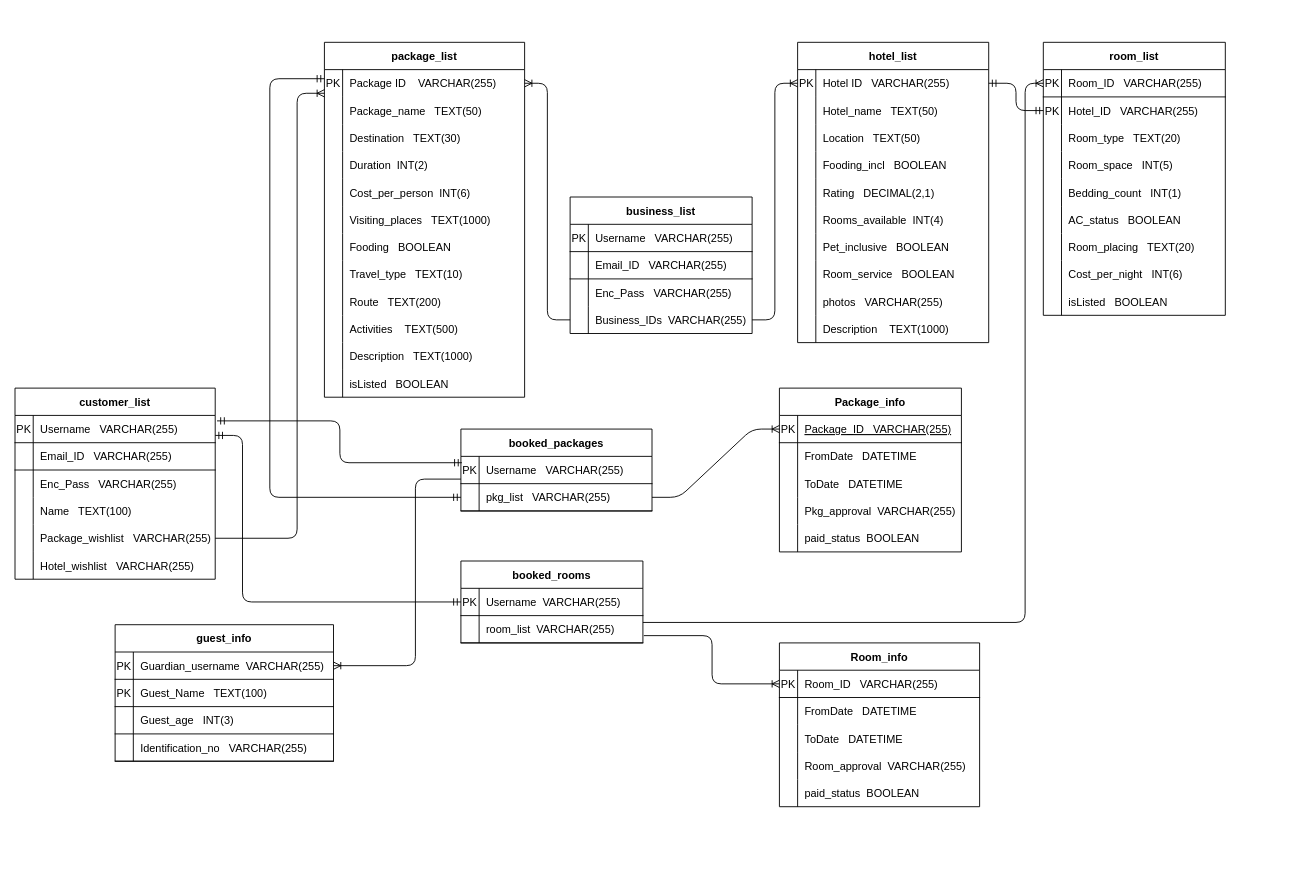
Before: ERD_SCHEMA.drawio in PCMasterRace007/ER, a draw.io diagram. Source tidied: cells renumbered, new cells numbered last; positions are measured from the earlier drawing's top-left corner, leaving out a move shared by most shapes. Both pictures are drawn from the tidied source at 91%, with x=0, y=0 at pixel (15, 42).
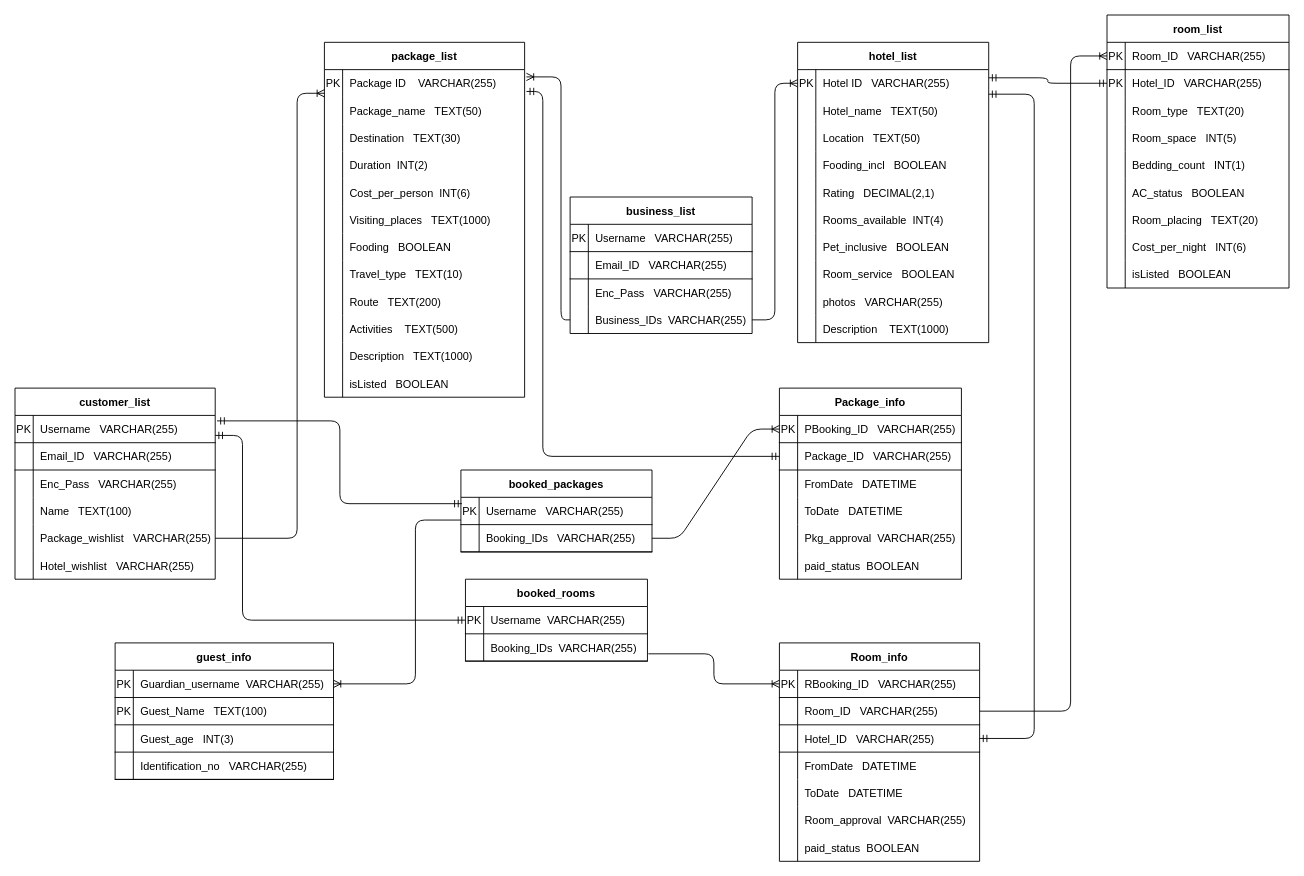
The same page after the edit.

The change refers to these unchanged cells:
```xml
<mxCell id="3" style="shape=partialRectangle;fillColor=none;top=0;left=0;bottom=0;right=0;points=[[0,0.5],[1,0.5]];portConstraint=eastwest;" parent="2" vertex="1">
  <mxGeometry y="30" width="220" height="30" as="geometry" />
</mxCell>
<mxCell id="40" style="shape=partialRectangle;fillColor=none;top=0;left=0;bottom=0;right=0;points=[[0,0.5],[1,0.5]];portConstraint=eastwest;" parent="39" vertex="1">
  <mxGeometry y="30" width="210" height="30" as="geometry" />
</mxCell>
<mxCell id="99" style="shape=partialRectangle;fillColor=none;top=0;left=0;bottom=0;right=0;points=[[0,0.5],[1,0.5]];portConstraint=eastwest;" parent="89" vertex="1">
  <mxGeometry y="120" width="200" height="30" as="geometry" />
</mxCell>
<mxCell id="103" style="shape=partialRectangle;fillColor=none;top=0;left=0;bottom=1;right=0;points=[[0,0.5],[1,0.5]];portConstraint=eastwest;" parent="102" vertex="1">
  <mxGeometry y="30" width="200" height="30" as="geometry" />
</mxCell>
<mxCell id="106" style="shape=partialRectangle;fillColor=none;top=0;left=0;bottom=0;right=0;points=[[0,0.5],[1,0.5]];portConstraint=eastwest;" parent="102" vertex="1">
  <mxGeometry y="60" width="200" height="30" as="geometry" />
</mxCell>
<mxCell id="134" style="shape=partialRectangle;fillColor=none;top=0;left=0;bottom=1;right=0;points=[[0,0.5],[1,0.5]];portConstraint=eastwest;" parent="130" vertex="1">
  <mxGeometry y="60" width="210" height="30" as="geometry" />
</mxCell>
<mxCell id="141" style="shape=partialRectangle;fillColor=none;top=0;left=0;bottom=1;right=0;points=[[0,0.5],[1,0.5]];portConstraint=eastwest;" parent="137" vertex="1">
  <mxGeometry y="60" width="200" height="30" as="geometry" />
</mxCell>
```

What changed in the source:
```diff
@@
     <mxCell id="102" value="room_list" style="shape=table;startSize=30;childLayout=tableLayout;rowLines=0;fontStyle=1;align=center;" parent="1" vertex="1">
-      <mxGeometry x="1130" width="200" height="300" as="geometry" />
+      <mxGeometry x="1200" y="-30" width="200" height="300" as="geometry" />
     </mxCell>
@@
     <mxCell id="130" value="booked_packages" style="shape=table;startSize=30;childLayout=tableLayout;rowLines=0;fontStyle=1;align=center;" parent="1" vertex="1">
-      <mxGeometry x="490" y="425" width="210" height="90" as="geometry" />
+      <mxGeometry x="490" y="470" width="210" height="90" as="geometry" />
     </mxCell>
@@
-    <mxCell id="136" value="pkg_list   VARCHAR(255)" style="shape=partialRectangle;fillColor=none;top=0;left=0;bottom=0;right=0;align=left;spacingLeft=6;fontStyle=0;overflow=hidden;" parent="134" vertex="1">
+    <mxCell id="136" value="Booking_IDs   VARCHAR(255)" style="shape=partialRectangle;fillColor=none;top=0;left=0;bottom=0;right=0;align=left;spacingLeft=6;fontStyle=0;overflow=hidden;" parent="134" vertex="1">
       <mxGeometry x="20" width="190" height="30" as="geometry" />
     </mxCell>
     <mxCell id="137" value="booked_rooms" style="shape=table;startSize=30;childLayout=tableLayout;rowLines=0;fontStyle=1;align=center;" parent="1" vertex="1">
-      <mxGeometry x="490" y="570" width="200" height="90" as="geometry" />
+      <mxGeometry x="495" y="590" width="200" height="90" as="geometry" />
     </mxCell>
@@
-    <mxCell id="143" value="room_list  VARCHAR(255)" style="shape=partialRectangle;fillColor=none;top=0;left=0;bottom=0;right=0;align=left;spacingLeft=6;fontStyle=0;overflow=hidden;" parent="141" vertex="1">
+    <mxCell id="143" value="Booking_IDs  VARCHAR(255)" style="shape=partialRectangle;fillColor=none;top=0;left=0;bottom=0;right=0;align=left;spacingLeft=6;fontStyle=0;overflow=hidden;" parent="141" vertex="1">
       <mxGeometry x="20" width="180" height="30" as="geometry" />
     </mxCell>
     <mxCell id="144" value="guest_info" style="shape=table;startSize=30;childLayout=tableLayout;rowLines=0;fontStyle=1;align=center;" parent="1" vertex="1">
-      <mxGeometry x="110" y="640" width="240" height="150" as="geometry" />
+      <mxGeometry x="110" y="660" width="240" height="150" as="geometry" />
     </mxCell>
@@
     <mxCell id="157" value="Package_info" style="shape=table;startSize=30;childLayout=tableLayout;rowLines=0;fontStyle=1;align=center;" parent="1" vertex="1">
-      <mxGeometry x="840" y="380" width="200" height="180" as="geometry" />
+      <mxGeometry x="840" y="380" width="200" height="210" as="geometry" />
     </mxCell>
+    <mxCell id="200" style="shape=partialRectangle;fillColor=none;top=0;left=0;bottom=1;right=0;points=[[0,0.5],[1,0.5]];portConstraint=eastwest;" parent="157" vertex="1">
+      <mxGeometry y="30" width="200" height="30" as="geometry" />
+    </mxCell>
+    <mxCell id="201" value="PK" style="shape=partialRectangle;fillColor=none;top=0;left=0;bottom=0;right=0;fontStyle=0;overflow=hidden;" parent="200" vertex="1">
+      <mxGeometry width="20" height="30" as="geometry" />
+    </mxCell>
+    <mxCell id="202" value="PBooking_ID   VARCHAR(255)" style="shape=partialRectangle;fillColor=none;top=0;left=0;bottom=0;right=0;align=left;spacingLeft=6;fontStyle=0;overflow=hidden;" parent="200" vertex="1">
+      <mxGeometry x="20" width="180" height="30" as="geometry" />
+    </mxCell>
     <mxCell id="158" style="shape=partialRectangle;fillColor=none;top=0;left=0;bottom=1;right=0;points=[[0,0.5],[1,0.5]];portConstraint=eastwest;" parent="157" vertex="1">
-      <mxGeometry y="30" width="200" height="30" as="geometry" />
+      <mxGeometry y="60" width="200" height="30" as="geometry" />
     </mxCell>
-    <mxCell id="159" value="PK" style="shape=partialRectangle;fillColor=none;top=0;left=0;bottom=0;right=0;fontStyle=0;overflow=hidden;" parent="158" vertex="1">
+    <mxCell id="159" style="shape=partialRectangle;fillColor=none;top=0;left=0;bottom=0;right=0;fontStyle=0;overflow=hidden;" parent="158" vertex="1">
       <mxGeometry width="20" height="30" as="geometry" />
     </mxCell>
-    <mxCell id="160" value="Package_ID   VARCHAR(255)" style="shape=partialRectangle;fillColor=none;top=0;left=0;bottom=0;right=0;align=left;spacingLeft=6;fontStyle=4;overflow=hidden;" parent="158" vertex="1">
+    <mxCell id="160" value="Package_ID   VARCHAR(255)" style="shape=partialRectangle;fillColor=none;top=0;left=0;bottom=0;right=0;align=left;spacingLeft=6;fontStyle=0;overflow=hidden;" parent="158" vertex="1">
       <mxGeometry x="20" width="180" height="30" as="geometry" />
     </mxCell>
     <mxCell id="161" style="shape=partialRectangle;fillColor=none;top=0;left=0;bottom=0;right=0;" parent="157" vertex="1">
-      <mxGeometry y="60" width="200" height="30" as="geometry" />
+      <mxGeometry y="90" width="200" height="30" as="geometry" />
     </mxCell>
@@
     <mxCell id="164" style="shape=partialRectangle;fillColor=none;top=0;left=0;bottom=0;right=0;" parent="157" vertex="1">
-      <mxGeometry y="90" width="200" height="30" as="geometry" />
+      <mxGeometry y="120" width="200" height="30" as="geometry" />
     </mxCell>
@@
     <mxCell id="167" style="shape=partialRectangle;fillColor=none;top=0;left=0;bottom=0;right=0;" parent="157" vertex="1">
-      <mxGeometry y="120" width="200" height="30" as="geometry" />
+      <mxGeometry y="150" width="200" height="30" as="geometry" />
     </mxCell>
@@
     <mxCell id="170" style="shape=partialRectangle;fillColor=none;top=0;left=0;bottom=0;right=0;" parent="157" vertex="1">
-      <mxGeometry y="150" width="200" height="30" as="geometry" />
+      <mxGeometry y="180" width="200" height="30" as="geometry" />
     </mxCell>
@@
     <mxCell id="173" value="Room_info" style="shape=table;startSize=30;childLayout=tableLayout;rowLines=0;fontStyle=1;align=center;" parent="1" vertex="1">
-      <mxGeometry x="840" y="660" width="220" height="180" as="geometry" />
+      <mxGeometry x="840" y="660" width="220" height="240" as="geometry" />
     </mxCell>
+    <mxCell id="203" style="shape=partialRectangle;fillColor=none;top=0;left=0;bottom=1;right=0;points=[[0,0.5],[1,0.5]];portConstraint=eastwest;" parent="173" vertex="1">
+      <mxGeometry y="30" width="220" height="30" as="geometry" />
+    </mxCell>
+    <mxCell id="204" value="PK" style="shape=partialRectangle;fillColor=none;top=0;left=0;bottom=0;right=0;fontStyle=0;overflow=hidden;" parent="203" vertex="1">
+      <mxGeometry width="20" height="30" as="geometry" />
+    </mxCell>
+    <mxCell id="205" value="RBooking_ID   VARCHAR(255)" style="shape=partialRectangle;fillColor=none;top=0;left=0;bottom=0;right=0;align=left;spacingLeft=6;fontStyle=0;overflow=hidden;" parent="203" vertex="1">
+      <mxGeometry x="20" width="200" height="30" as="geometry" />
+    </mxCell>
     <mxCell id="174" style="shape=partialRectangle;fillColor=none;top=0;left=0;bottom=1;right=0;points=[[0,0.5],[1,0.5]];portConstraint=eastwest;" parent="173" vertex="1">
-      <mxGeometry y="30" width="220" height="30" as="geometry" />
+      <mxGeometry y="60" width="220" height="30" as="geometry" />
     </mxCell>
-    <mxCell id="175" value="PK" style="shape=partialRectangle;fillColor=none;top=0;left=0;bottom=0;right=0;fontStyle=0;overflow=hidden;" parent="174" vertex="1">
+    <mxCell id="175" style="shape=partialRectangle;fillColor=none;top=0;left=0;bottom=0;right=0;fontStyle=0;overflow=hidden;" parent="174" vertex="1">
       <mxGeometry width="20" height="30" as="geometry" />
     </mxCell>
@@
+    <mxCell id="206" style="shape=partialRectangle;fillColor=none;top=0;left=0;bottom=1;right=0;points=[[0,0.5],[1,0.5]];portConstraint=eastwest;" parent="173" vertex="1">
+      <mxGeometry y="90" width="220" height="30" as="geometry" />
+    </mxCell>
+    <mxCell id="207" style="shape=partialRectangle;fillColor=none;top=0;left=0;bottom=0;right=0;fontStyle=0;overflow=hidden;" parent="206" vertex="1">
+      <mxGeometry width="20" height="30" as="geometry" />
+    </mxCell>
+    <mxCell id="208" value="Hotel_ID   VARCHAR(255)" style="shape=partialRectangle;fillColor=none;top=0;left=0;bottom=0;right=0;align=left;spacingLeft=6;fontStyle=0;overflow=hidden;" parent="206" vertex="1">
+      <mxGeometry x="20" width="200" height="30" as="geometry" />
+    </mxCell>
     <mxCell id="177" style="shape=partialRectangle;fillColor=none;top=0;left=0;bottom=0;right=0;" parent="173" vertex="1">
-      <mxGeometry y="60" width="220" height="30" as="geometry" />
+      <mxGeometry y="120" width="220" height="30" as="geometry" />
     </mxCell>
@@
     <mxCell id="180" style="shape=partialRectangle;fillColor=none;top=0;left=0;bottom=0;right=0;" parent="173" vertex="1">
-      <mxGeometry y="90" width="220" height="30" as="geometry" />
+      <mxGeometry y="150" width="220" height="30" as="geometry" />
     </mxCell>
@@
     <mxCell id="183" style="shape=partialRectangle;fillColor=none;top=0;left=0;bottom=0;right=0;" parent="173" vertex="1">
-      <mxGeometry y="120" width="220" height="30" as="geometry" />
+      <mxGeometry y="180" width="220" height="30" as="geometry" />
     </mxCell>
@@
     <mxCell id="186" style="shape=partialRectangle;fillColor=none;top=0;left=0;bottom=0;right=0;" parent="173" vertex="1">
-      <mxGeometry y="150" width="220" height="30" as="geometry" />
+      <mxGeometry y="210" width="220" height="30" as="geometry" />
     </mxCell>
@@
-    <mxCell id="190" style="edgeStyle=elbowEdgeStyle;fontSize=12;html=1;endArrow=ERoneToMany;entryX=1;entryY=0.5;entryDx=0;entryDy=0;exitX=0;exitY=0.5;exitDx=0;exitDy=0;" parent="1" edge="1" source="99" target="3">
-      <mxGeometry relative="1" as="geometry" />
+    <mxCell id="190" style="edgeStyle=elbowEdgeStyle;fontSize=12;html=1;endArrow=ERoneToMany;entryX=1.009;entryY=0.267;entryDx=0;entryDy=0;exitX=0;exitY=0.5;exitDx=0;exitDy=0;entryPerimeter=0;" parent="1" edge="1" source="99" target="3">
+      <mxGeometry relative="1" as="geometry">
+        <Array as="points">
+          <mxPoint x="600" y="50" />
+        </Array>
+      </mxGeometry>
     </mxCell>
-    <mxCell id="191" style="edgeStyle=elbowEdgeStyle;fontSize=12;html=1;endArrow=ERmandOne;startArrow=ERmandOne;exitX=1;exitY=0.5;exitDx=0;exitDy=0;entryX=0;entryY=0.5;entryDx=0;entryDy=0;" parent="1" edge="1" source="40" target="106">
-      <mxGeometry relative="1" as="geometry" />
+    <mxCell id="191" style="edgeStyle=elbowEdgeStyle;fontSize=12;html=1;endArrow=ERmandOne;startArrow=ERmandOne;entryX=0;entryY=0.5;entryDx=0;entryDy=0;" parent="1" edge="1" target="106">
+      <mxGeometry relative="1" as="geometry">
+        <mxPoint x="1070" y="39" as="sourcePoint" />
+      </mxGeometry>
     </mxCell>
@@
-    <mxCell id="193" style="edgeStyle=elbowEdgeStyle;fontSize=12;html=1;endArrow=ERmandOne;startArrow=ERmandOne;exitX=0;exitY=0.5;exitDx=0;exitDy=0;" parent="1" edge="1" source="134">
-      <mxGeometry relative="1" as="geometry">
-        <mxPoint x="340" y="40" as="targetPoint" />
-        <Array as="points">
-          <mxPoint x="280" y="420" />
-        </Array>
-      </mxGeometry>
-    </mxCell>
-    <mxCell id="194" style="edgeStyle=entityRelationEdgeStyle;fontSize=12;html=1;endArrow=ERoneToMany;exitX=1;exitY=0.5;exitDx=0;exitDy=0;entryX=0;entryY=0.5;entryDx=0;entryDy=0;" parent="1" edge="1" source="134" target="158">
+    <mxCell id="194" style="edgeStyle=entityRelationEdgeStyle;fontSize=12;html=1;endArrow=ERoneToMany;exitX=1;exitY=0.5;exitDx=0;exitDy=0;entryX=0;entryY=0.5;entryDx=0;entryDy=0;" parent="1" edge="1" source="134" target="200">
       <mxGeometry relative="1" as="geometry" />
     </mxCell>
@@
-    <mxCell id="196" style="edgeStyle=elbowEdgeStyle;fontSize=12;html=1;endArrow=ERoneToMany;exitX=1.005;exitY=0.733;exitDx=0;exitDy=0;entryX=0;entryY=0.5;entryDx=0;entryDy=0;exitPerimeter=0;" parent="1" edge="1" source="141" target="174">
+    <mxCell id="196" style="edgeStyle=elbowEdgeStyle;fontSize=12;html=1;endArrow=ERoneToMany;exitX=1.005;exitY=0.733;exitDx=0;exitDy=0;exitPerimeter=0;entryX=0;entryY=0.5;entryDx=0;entryDy=0;" parent="1" edge="1" source="141" target="203">
       <mxGeometry relative="1" as="geometry" />
     </mxCell>
@@
-    <mxCell id="198" style="edgeStyle=elbowEdgeStyle;fontSize=12;html=1;endArrow=ERoneToMany;exitX=1;exitY=0.75;exitDx=0;exitDy=0;entryX=0;entryY=0.5;entryDx=0;entryDy=0;" parent="1" edge="1" source="137" target="103">
+    <mxCell id="198" style="edgeStyle=elbowEdgeStyle;fontSize=12;html=1;endArrow=ERoneToMany;exitX=1;exitY=0.5;exitDx=0;exitDy=0;entryX=0;entryY=0.5;entryDx=0;entryDy=0;" parent="1" edge="1" source="174" target="103">
       <mxGeometry relative="1" as="geometry">
         <Array as="points">
+          <mxPoint x="1160" y="370" />
           <mxPoint x="1110" y="400" />
           <mxPoint x="1190" y="410" />
         </Array>
       </mxGeometry>
     </mxCell>
@@
+    <mxCell id="209" style="edgeStyle=elbowEdgeStyle;fontSize=12;html=1;endArrow=ERmandOne;startArrow=ERmandOne;exitX=1;exitY=0.5;exitDx=0;exitDy=0;" parent="1" edge="1" source="206">
+      <mxGeometry relative="1" as="geometry">
+        <mxPoint x="1070" y="57" as="targetPoint" />
+        <Array as="points">
+          <mxPoint x="1120" y="350" />
+          <mxPoint x="1100" y="360" />
+          <mxPoint x="1150" y="520" />
+          <mxPoint x="1120" y="490" />
+        </Array>
+      </mxGeometry>
+    </mxCell>
+    <mxCell id="210" style="edgeStyle=elbowEdgeStyle;fontSize=12;html=1;endArrow=ERmandOne;startArrow=ERmandOne;exitX=0;exitY=0.5;exitDx=0;exitDy=0;entryX=1.009;entryY=0.8;entryDx=0;entryDy=0;entryPerimeter=0;" parent="1" edge="1" source="158" target="3">
+      <mxGeometry relative="1" as="geometry">
+        <Array as="points">
+          <mxPoint x="580" y="360" />
+          <mxPoint x="590" y="380" />
+        </Array>
+      </mxGeometry>
+    </mxCell>
```
